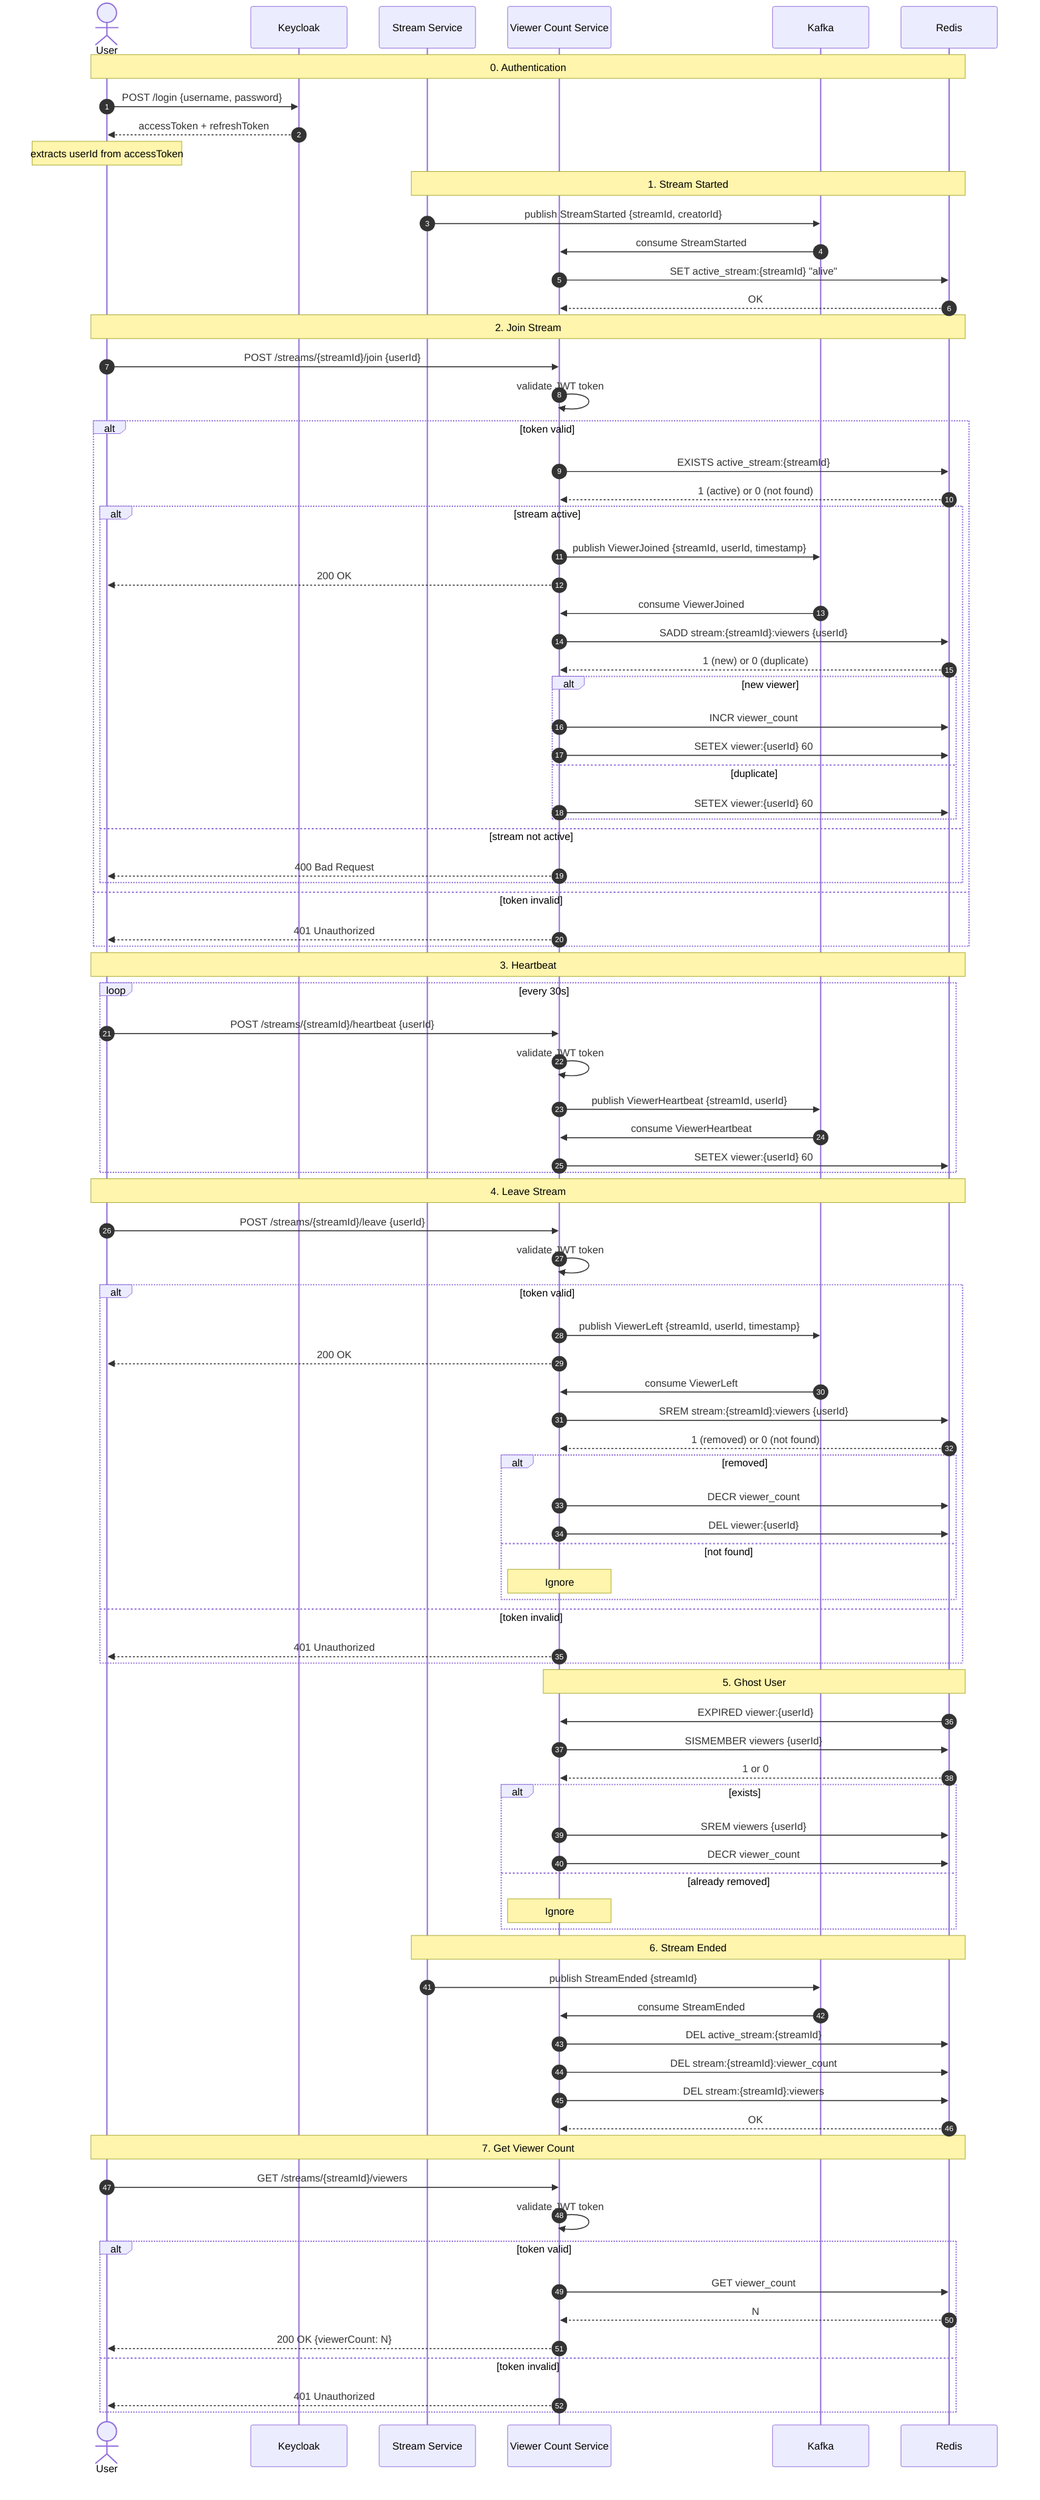
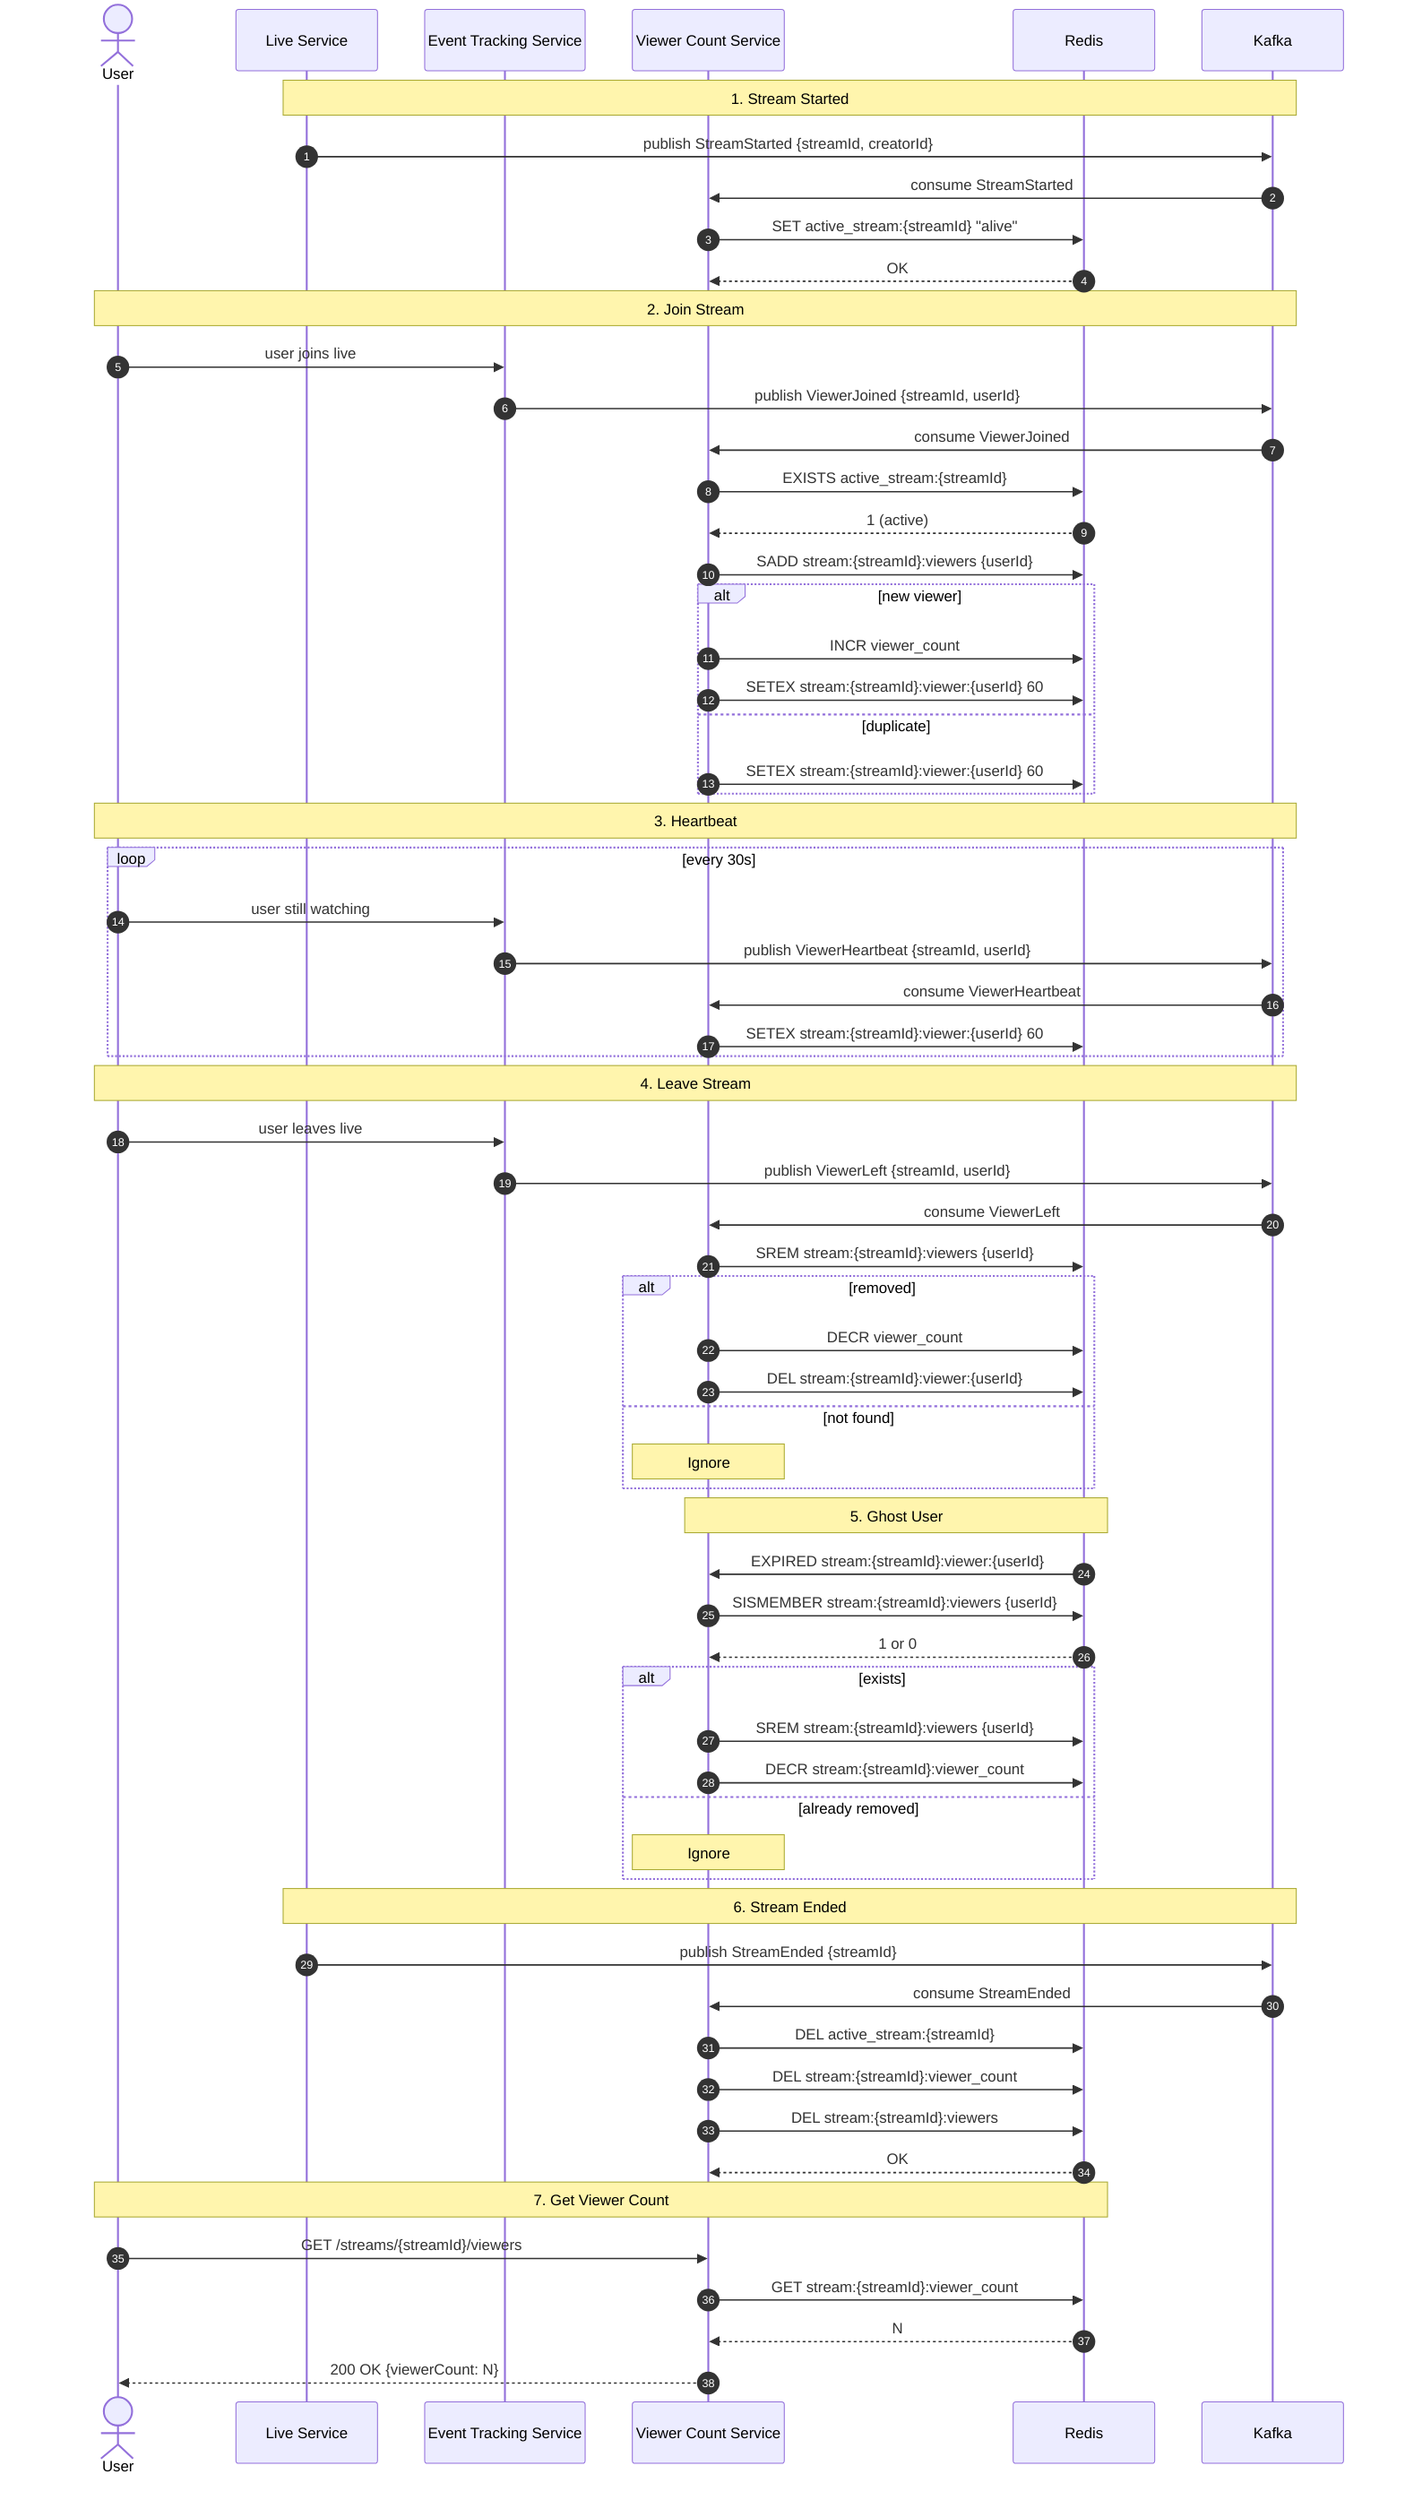
sequenceDiagram
    autonumber
    actor U as User
-     participant KC as Keycloak
-     participant SS as Stream Service
+     participant LS as Live Service
+     participant ETS as Event Tracking Service
    participant V as Viewer Count Service
+     participant R as Redis
    participant K as Kafka
-     participant R as Redis

-     Note over U,R: 0. Authentication
- 
-     U->>KC: POST /login {username, password}
-     KC-->>U: accessToken + refreshToken
-     Note over U: extracts userId from accessToken
- 
-     Note over SS,R: 1. Stream Started
- 
-     SS->>K: publish StreamStarted {streamId, creatorId}
+     Note over LS,K: 1. Stream Started
+     LS->>K: publish StreamStarted {streamId, creatorId}
    K->>V: consume StreamStarted
    V->>R: SET active_stream:{streamId} "alive"
    R-->>V: OK

-     Note over U,R: 2. Join Stream
- 
-     U->>V: POST /streams/{streamId}/join {userId}
-     V->>V: validate JWT token
-     alt token valid
-         V->>R: EXISTS active_stream:{streamId}
-         R-->>V: 1 (active) or 0 (not found)
-         alt stream active
-             V->>K: publish ViewerJoined {streamId, userId, timestamp}
-             V-->>U: 200 OK
-             K->>V: consume ViewerJoined
-             V->>R: SADD stream:{streamId}:viewers {userId}
-             R-->>V: 1 (new) or 0 (duplicate)
-             alt new viewer
-                 V->>R: INCR viewer_count
-                 V->>R: SETEX viewer:{userId} 60
-             else duplicate
-                 V->>R: SETEX viewer:{userId} 60
-             end
-         else stream not active
-             V-->>U: 400 Bad Request
-         end
-     else token invalid
-         V-->>U: 401 Unauthorized
+     Note over U,K: 2. Join Stream
+     U->>ETS: user joins live
+     ETS->>K: publish ViewerJoined {streamId, userId}
+     K->>V: consume ViewerJoined
+     V->>R: EXISTS active_stream:{streamId}
+     R-->>V: 1 (active)
+     V->>R: SADD stream:{streamId}:viewers {userId}
+     alt new viewer
+         V->>R: INCR viewer_count
+         V->>R: SETEX stream:{streamId}:viewer:{userId} 60
+     else duplicate
+         V->>R: SETEX stream:{streamId}:viewer:{userId} 60
    end

-     Note over U,R: 3. Heartbeat
- 
+     Note over U,K: 3. Heartbeat
    loop every 30s
-         U->>V: POST /streams/{streamId}/heartbeat {userId}
-         V->>V: validate JWT token
-         V->>K: publish ViewerHeartbeat {streamId, userId}
+         U->>ETS: user still watching
+         ETS->>K: publish ViewerHeartbeat {streamId, userId}
        K->>V: consume ViewerHeartbeat
-         V->>R: SETEX viewer:{userId} 60
+         V->>R: SETEX stream:{streamId}:viewer:{userId} 60
    end

-     Note over U,R: 4. Leave Stream
- 
-     U->>V: POST /streams/{streamId}/leave {userId}
-     V->>V: validate JWT token
-     alt token valid
-         V->>K: publish ViewerLeft {streamId, userId, timestamp}
-         V-->>U: 200 OK
-         K->>V: consume ViewerLeft
-         V->>R: SREM stream:{streamId}:viewers {userId}
-         R-->>V: 1 (removed) or 0 (not found)
-         alt removed
-             V->>R: DECR viewer_count
-             V->>R: DEL viewer:{userId}
-         else not found
-             Note over V: Ignore
-         end
-     else token invalid
-         V-->>U: 401 Unauthorized
+     Note over U,K: 4. Leave Stream
+     U->>ETS: user leaves live
+     ETS->>K: publish ViewerLeft {streamId, userId}
+     K->>V: consume ViewerLeft
+     V->>R: SREM stream:{streamId}:viewers {userId}
+     alt removed
+         V->>R: DECR viewer_count
+         V->>R: DEL stream:{streamId}:viewer:{userId}
+     else not found
+         Note over V: Ignore
    end

    Note over V,R: 5. Ghost User
- 
-     R->>V: EXPIRED viewer:{userId}
-     V->>R: SISMEMBER viewers {userId}
+     R->>V: EXPIRED stream:{streamId}:viewer:{userId}
+     V->>R: SISMEMBER stream:{streamId}:viewers {userId}
    R-->>V: 1 or 0
    alt exists
-         V->>R: SREM viewers {userId}
-         V->>R: DECR viewer_count
+         V->>R: SREM stream:{streamId}:viewers {userId}
+         V->>R: DECR stream:{streamId}:viewer_count
    else already removed
        Note over V: Ignore
    end

-     Note over SS,R: 6. Stream Ended
- 
-     SS->>K: publish StreamEnded {streamId}
+     Note over LS,K: 6. Stream Ended
+     LS->>K: publish StreamEnded {streamId}
    K->>V: consume StreamEnded
    V->>R: DEL active_stream:{streamId}
    V->>R: DEL stream:{streamId}:viewer_count
    V->>R: DEL stream:{streamId}:viewers
    R-->>V: OK

    Note over U,R: 7. Get Viewer Count
- 
    U->>V: GET /streams/{streamId}/viewers
-     V->>V: validate JWT token
-     alt token valid
-         V->>R: GET viewer_count
-         R-->>V: N
-         V-->>U: 200 OK {viewerCount: N}
-     else token invalid
-         V-->>U: 401 Unauthorized
-     end+     V->>R: GET stream:{streamId}:viewer_count
+     R-->>V: N
+     V-->>U: 200 OK {viewerCount: N}